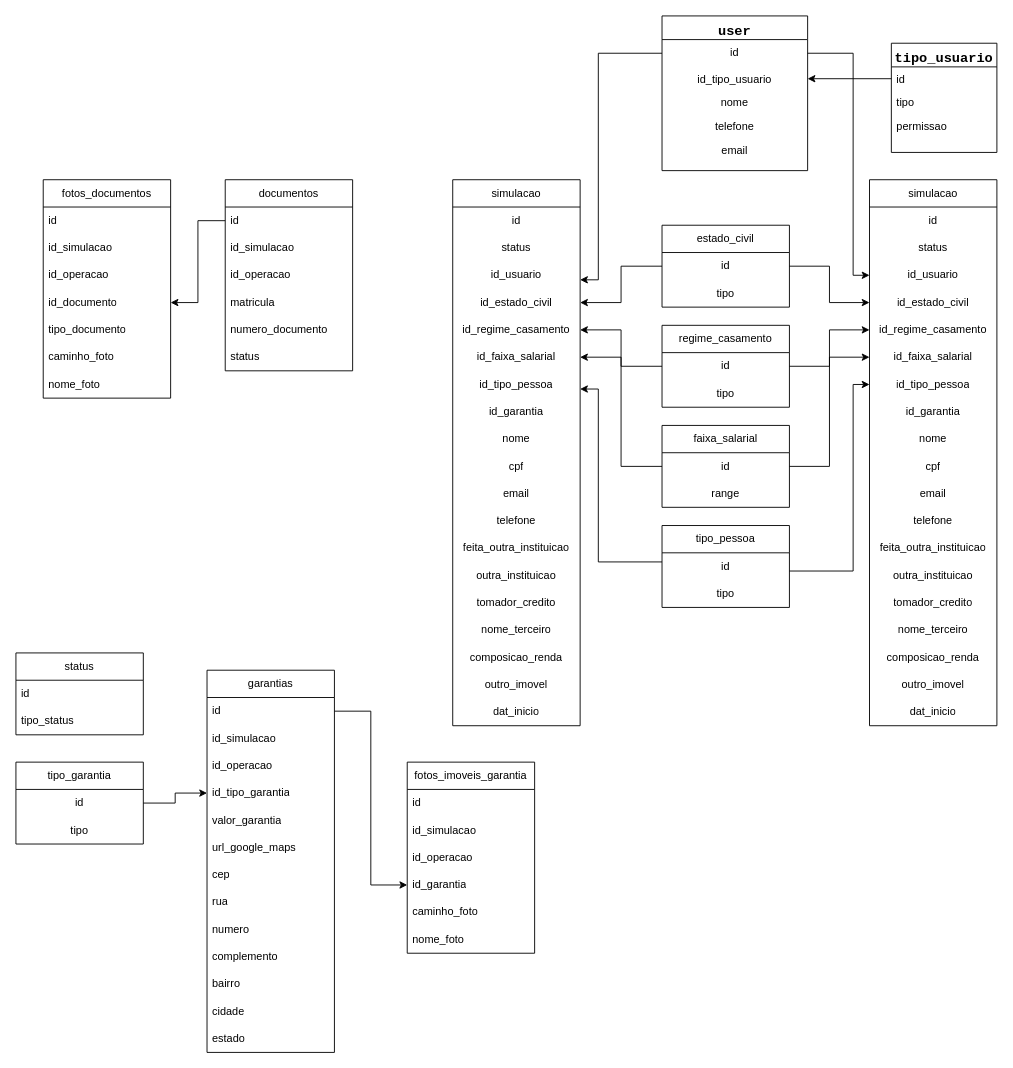
Earlier version of the draw.io diagram Diagrama sem nome.drawio (lucaswalmor/lucaswalmor). Source tidied: cells renumbered, new cells numbered last; positions are measured from the earlier drawing's top-left corner, leaving out a move shared by most shapes. Both pictures are drawn from the tidied source at 91%, with x=0, y=0 at pixel (15, 15).
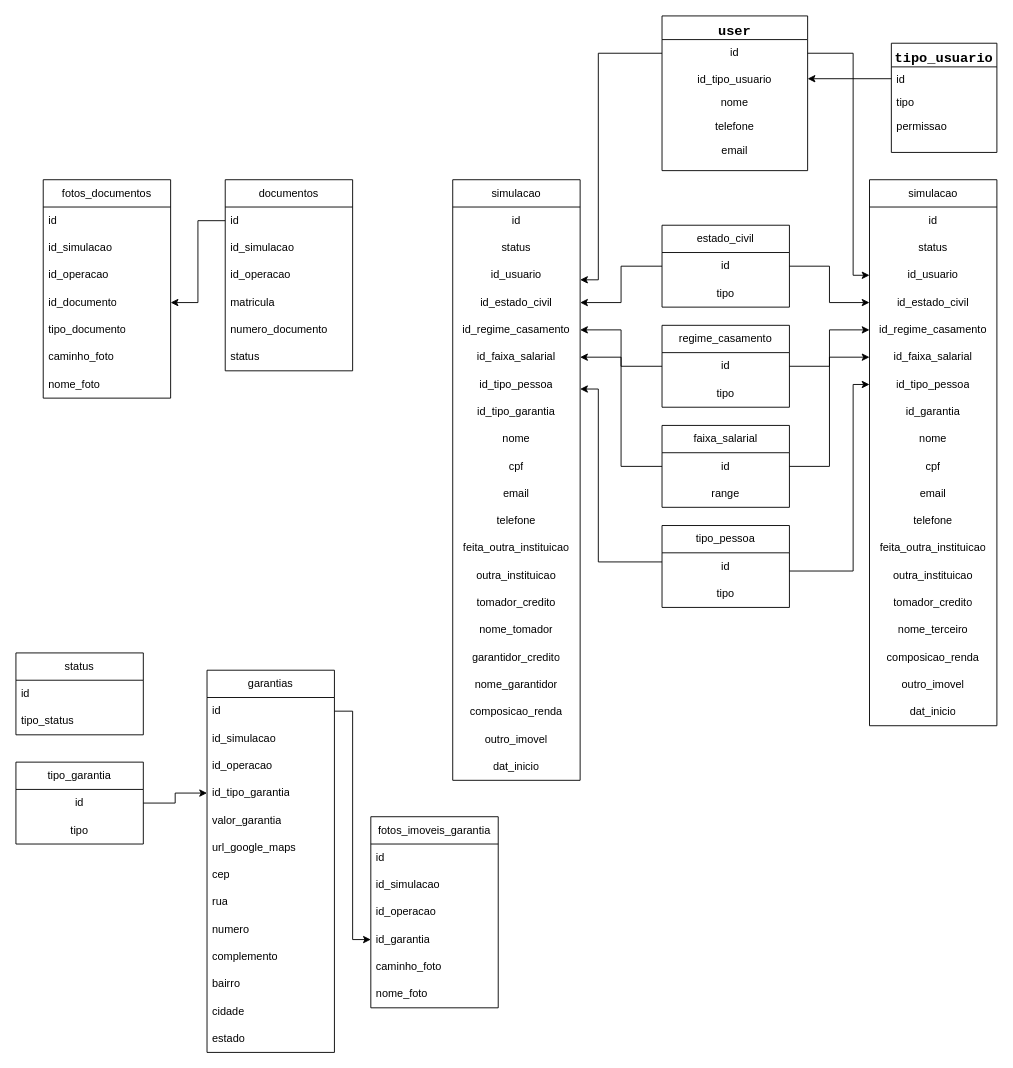
Above is the later version.

Change to the diagram source:
```diff
@@
     <mxCell id="27" value="simulacao" style="swimlane;fontStyle=0;horizontal=1;startSize=30;whiteSpace=wrap;html=1;align=center;labelBackgroundColor=none;labelBorderColor=none;shadow=0;rounded=0;swimlaneLine=1;" parent="1" vertex="1">
-      <mxGeometry x="480" y="180" width="140" height="600" as="geometry" />
+      <mxGeometry x="480" y="180" width="140" height="660" as="geometry" />
     </mxCell>
@@
-    <mxCell id="35" value="id_garantia" style="text;strokeColor=none;fillColor=none;align=center;verticalAlign=middle;spacingLeft=4;spacingRight=4;overflow=hidden;whiteSpace=wrap;html=1;labelBackgroundColor=none;labelBorderColor=none;shadow=0;rounded=0;swimlaneLine=1;" parent="27" vertex="1">
+    <mxCell id="35" value="id_tipo_garantia" style="text;strokeColor=none;fillColor=none;align=center;verticalAlign=middle;spacingLeft=4;spacingRight=4;overflow=hidden;whiteSpace=wrap;html=1;labelBackgroundColor=none;labelBorderColor=none;shadow=0;rounded=0;swimlaneLine=1;" parent="27" vertex="1">
       <mxGeometry y="240" width="140" height="30" as="geometry" />
     </mxCell>
@@
-    <mxCell id="43" value="nome_terceiro" style="text;align=center;verticalAlign=middle;spacingLeft=4;spacingRight=4;overflow=hidden;whiteSpace=wrap;html=1;labelBackgroundColor=none;labelBorderColor=none;shadow=0;rounded=0;swimlaneLine=1;" parent="27" vertex="1">
+    <mxCell id="43" value="nome_tomador" style="text;align=center;verticalAlign=middle;spacingLeft=4;spacingRight=4;overflow=hidden;whiteSpace=wrap;html=1;labelBackgroundColor=none;labelBorderColor=none;shadow=0;rounded=0;swimlaneLine=1;" parent="27" vertex="1">
       <mxGeometry y="480" width="140" height="30" as="geometry" />
     </mxCell>
+    <mxCell id="120" value="garantidor_credito" style="text;align=center;verticalAlign=middle;spacingLeft=4;spacingRight=4;overflow=hidden;whiteSpace=wrap;html=1;labelBackgroundColor=none;labelBorderColor=none;shadow=0;rounded=0;swimlaneLine=1;" parent="27" vertex="1">
+      <mxGeometry y="510" width="140" height="30" as="geometry" />
+    </mxCell>
+    <mxCell id="121" value="nome_garantidor" style="text;align=center;verticalAlign=middle;spacingLeft=4;spacingRight=4;overflow=hidden;whiteSpace=wrap;html=1;labelBackgroundColor=none;labelBorderColor=none;shadow=0;rounded=0;swimlaneLine=1;" parent="27" vertex="1">
+      <mxGeometry y="540" width="140" height="30" as="geometry" />
+    </mxCell>
     <mxCell id="44" value="composicao_renda" style="text;align=center;verticalAlign=middle;spacingLeft=4;spacingRight=4;overflow=hidden;whiteSpace=wrap;html=1;labelBackgroundColor=none;labelBorderColor=none;shadow=0;rounded=0;swimlaneLine=1;" parent="27" vertex="1">
-      <mxGeometry y="510" width="140" height="30" as="geometry" />
+      <mxGeometry y="570" width="140" height="30" as="geometry" />
     </mxCell>
     <mxCell id="45" value="outro_imovel" style="text;align=center;verticalAlign=middle;spacingLeft=4;spacingRight=4;overflow=hidden;whiteSpace=wrap;html=1;labelBackgroundColor=none;labelBorderColor=none;shadow=0;rounded=0;swimlaneLine=1;" parent="27" vertex="1">
-      <mxGeometry y="540" width="140" height="30" as="geometry" />
+      <mxGeometry y="600" width="140" height="30" as="geometry" />
     </mxCell>
     <mxCell id="46" value="dat_inicio" style="text;align=center;verticalAlign=middle;spacingLeft=4;spacingRight=4;overflow=hidden;whiteSpace=wrap;html=1;labelBackgroundColor=none;labelBorderColor=none;shadow=0;rounded=0;swimlaneLine=1;" parent="27" vertex="1">
-      <mxGeometry y="570" width="140" height="30" as="geometry" />
+      <mxGeometry y="630" width="140" height="30" as="geometry" />
     </mxCell>
@@
     <mxCell id="111" value="fotos_imoveis_garantia" style="swimlane;fontStyle=0;horizontal=1;startSize=30;whiteSpace=wrap;html=1;" parent="1" vertex="1">
-      <mxGeometry x="430" y="820" width="140" height="210" as="geometry" />
+      <mxGeometry x="390" y="880" width="140" height="210" as="geometry" />
     </mxCell>
```
